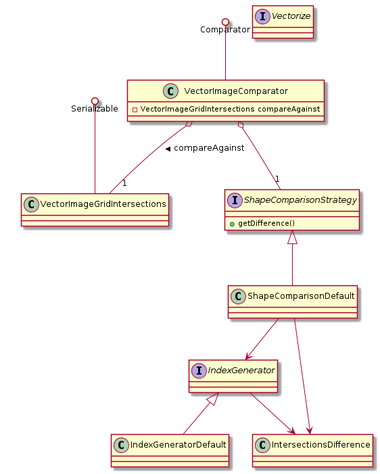
Before: src/main/resources/doc/collaboration.png, a diagram exported from PlantUML (juanmf/shape-recognition).
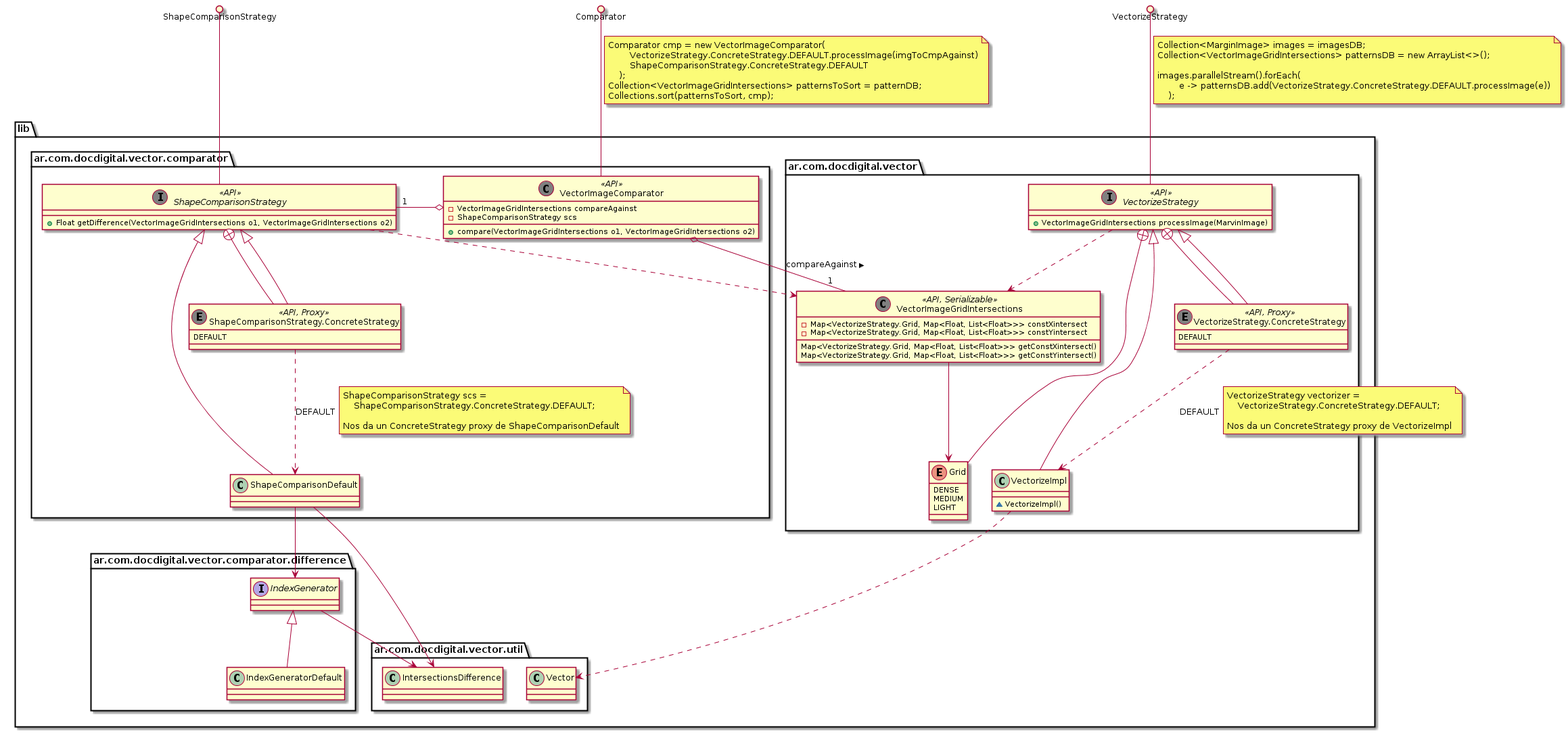
Above is the later version.

What changed in the source:
```diff
@@ -1,26 +1,120 @@
 @startuml
-interface ShapeComparisonStrategy {
- +getDifference()
+package "lib" {
+
+    package "ar.com.docdigital.vector.comparator" {
+        interface ShapeComparisonStrategy << (I, Grey) API >> {
+            + Float getDifference(VectorImageGridIntersections o1, VectorImageGridIntersections o2)
+        }
+
+        class ShapeComparisonDefault
+        class VectorImageComparator << (C, Grey) API >>{
+            -VectorImageGridIntersections compareAgainst
+            -ShapeComparisonStrategy scs
+
+            + compare(VectorImageGridIntersections o1, VectorImageGridIntersections o2)
+        }
+
+        enum ShapeComparisonStrategy.ConcreteStrategy << (E, Grey) API, Proxy >>{
+            DEFAULT
+        }
+
+    }
+
+    package "ar.com.docdigital.vector" {
+        interface VectorizeStrategy << (I, Grey) API >> {
+            + VectorImageGridIntersections processImage(MarvinImage)
+        }
+
+        class VectorImageGridIntersections << (C, Grey) API, Serializable >> {
+            - Map<VectorizeStrategy.Grid, Map<Float, List<Float>>> constXintersect
+            - Map<VectorizeStrategy.Grid, Map<Float, List<Float>>> constYintersect
+
+            Map<VectorizeStrategy.Grid, Map<Float, List<Float>>> getConstXintersect()
+            Map<VectorizeStrategy.Grid, Map<Float, List<Float>>> getConstYintersect()
+        }
+
+        class VectorizeImpl {
+            ~ VectorizeImpl()
+        }
+
+        enum Grid {
+            DENSE
+            MEDIUM
+            LIGHT
+        }
+
+        enum VectorizeStrategy.ConcreteStrategy << (E, Grey) API, Proxy >>{
+            DEFAULT
+        }
+    }
+
+    package "ar.com.docdigital.vector.comparator.difference" {
+        interface IndexGenerator
+
+        class IndexGeneratorDefault
+    }
+
+    package "ar.com.docdigital.vector.util" {
+        class IntersectionsDifference
+        class Vector
+    }
 }
-interface Vectorize
-interface IndexGenerator
+VectorizeStrategy +-- Grid
+VectorizeStrategy +-- VectorizeStrategy.ConcreteStrategy
+ShapeComparisonStrategy +-- ShapeComparisonStrategy.ConcreteStrategy
 
-class IndexGeneratorDefault
-class VectorImageGridIntersections
-class ShapeComparisonDefault
-class IntersectionsDifference
-class VectorImageComparator {
- -VectorImageGridIntersections compareAgainst
-}
 
-Serializable ()-- VectorImageGridIntersections
+ShapeComparisonStrategy ()-- ShapeComparisonStrategy
 Comparator ()-- VectorImageComparator
+Note left on link
+Comparator cmp = new VectorImageComparator(
+        VectorizeStrategy.ConcreteStrategy.DEFAULT.processImage(imgToCmpAgainst)
+        ShapeComparisonStrategy.ConcreteStrategy.DEFAULT
+    );
+Collection<VectorImageGridIntersections> patternsToSort = patternDB;
+Collections.sort(patternsToSort, cmp);
+End Note
+VectorizeStrategy ()-- VectorizeStrategy
+Note right on link
+Collection<MarginImage> images = imagesDB;
+Collection<VectorImageGridIntersections> patternsDB = new ArrayList<>();
 
+images.parallelStream().forEach(
+        e -> patternsDB.add(VectorizeStrategy.ConcreteStrategy.DEFAULT.processImage(e))
+    );
+End Note
+
+VectorizeStrategy <|-- VectorizeImpl
+VectorizeStrategy <|-- VectorizeStrategy.ConcreteStrategy
+ShapeComparisonStrategy.ConcreteStrategy --|> ShapeComparisonStrategy
 IndexGenerator <|-- IndexGeneratorDefault
 ShapeComparisonStrategy <|-- ShapeComparisonDefault
-VectorImageComparator  o-- "1" ShapeComparisonStrategy
+
+VectorImageComparator  o-right- "1" ShapeComparisonStrategy
 VectorImageComparator o-- "1" VectorImageGridIntersections : compareAgainst >
-class ShapeComparisonDefault --> IntersectionsDifference
-class ShapeComparisonDefault --> IndexGenerator
+
+ShapeComparisonDefault --> IntersectionsDifference
+ShapeComparisonDefault --> IndexGenerator
 IndexGenerator --> IntersectionsDifference
+VectorImageGridIntersections --> Grid
+
+VectorImageGridIntersections <.down. VectorizeStrategy
+ShapeComparisonStrategy ..> VectorImageGridIntersections
+VectorizeStrategy.ConcreteStrategy ..> VectorizeImpl : DEFAULT
+Note right on link
+VectorizeStrategy vectorizer =
+    VectorizeStrategy.ConcreteStrategy.DEFAULT;
+
+Nos da un ConcreteStrategy proxy de VectorizeImpl
+End Note
+
+ShapeComparisonStrategy.ConcreteStrategy ..> ShapeComparisonDefault : DEFAULT
+Note right on link
+ShapeComparisonStrategy scs =
+    ShapeComparisonStrategy.ConcreteStrategy.DEFAULT;
+
+Nos da un ConcreteStrategy proxy de ShapeComparisonDefault
+End Note
+VectorizeImpl ..> Vector
+
 @enduml
```
